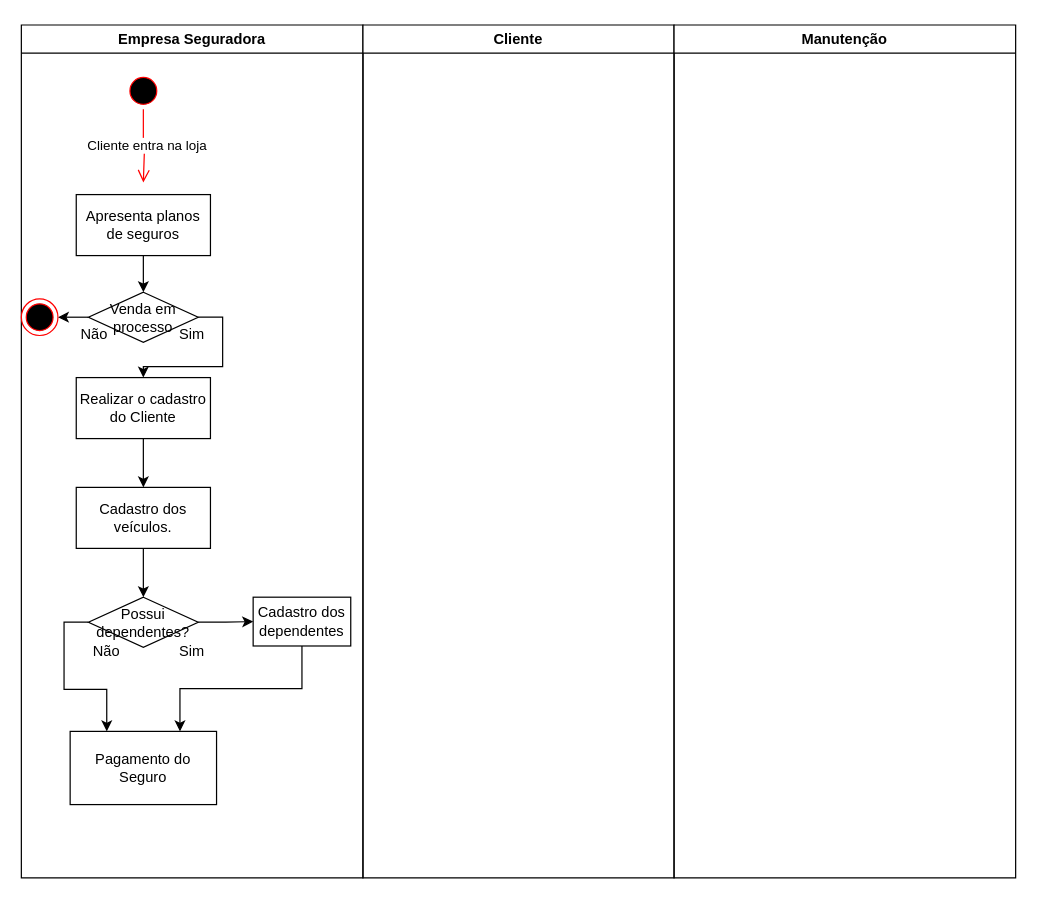
Above: Diagrama sem nome.drawio in ErikDuranti/learning (draw.io), before the change. Source tidied: cells renumbered, new cells numbered last; positions are measured from the earlier drawing's top-left corner, leaving out a move shared by most shapes. Both pictures are drawn from the tidied source at 122%, with x=0, y=0 at pixel (21, 24).
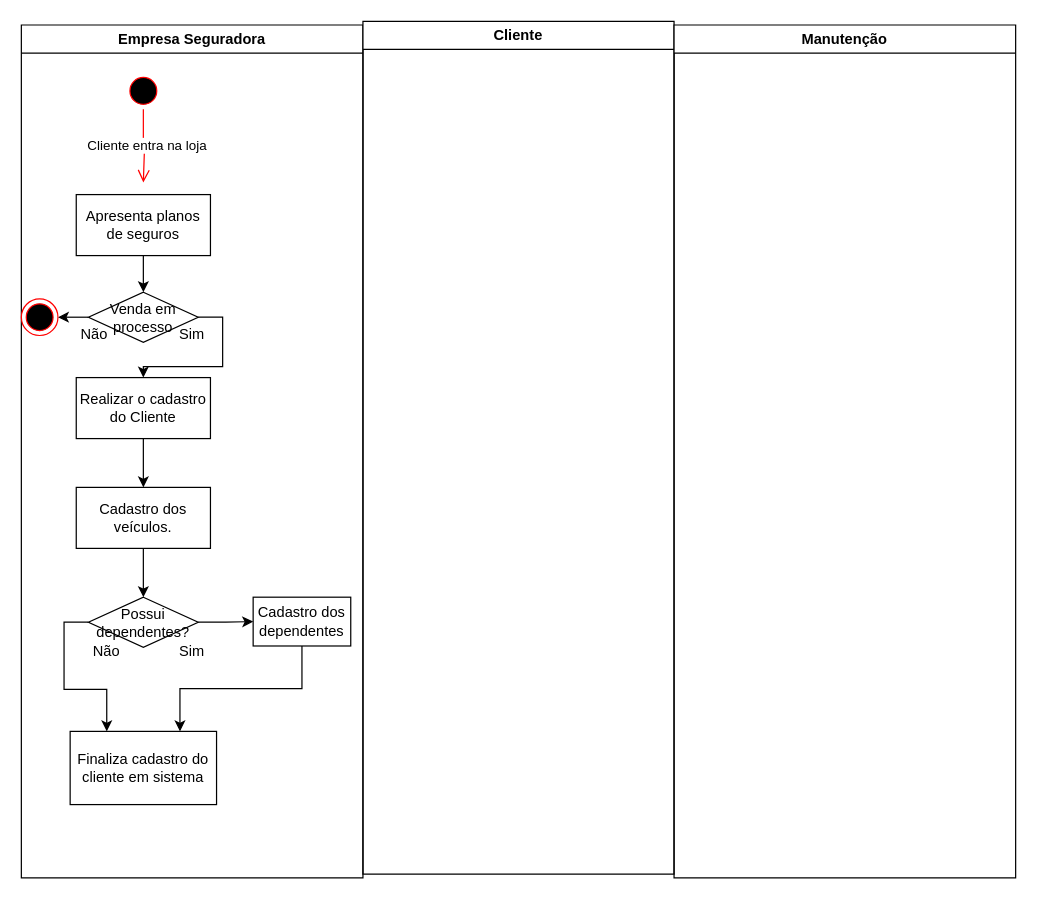
The same diagram, later.

The change refers to these unchanged cells:
```xml
<mxCell id="2" value="Empresa Seguradora" style="swimlane;whiteSpace=wrap;html=1;" parent="1" vertex="1">
  <mxGeometry width="280" height="699" as="geometry" />
</mxCell>
```

The edit, as a diff of the source:
```diff
@@
-    <mxCell id="23" value="Pagamento do Seguro" style="rounded=0;whiteSpace=wrap;html=1;" parent="2" vertex="1">
+    <mxCell id="23" value="Finaliza cadastro do cliente em sistema" style="rounded=0;whiteSpace=wrap;html=1;" parent="2" vertex="1">
       <mxGeometry x="40" y="579" width="120" height="60" as="geometry" />
     </mxCell>
@@
     <mxCell id="26" value="Cliente" style="swimlane;whiteSpace=wrap;html=1;" parent="1" vertex="1">
-      <mxGeometry x="280" width="255" height="699" as="geometry" />
+      <mxGeometry x="280" y="-3" width="255" height="699" as="geometry" />
     </mxCell>
```
